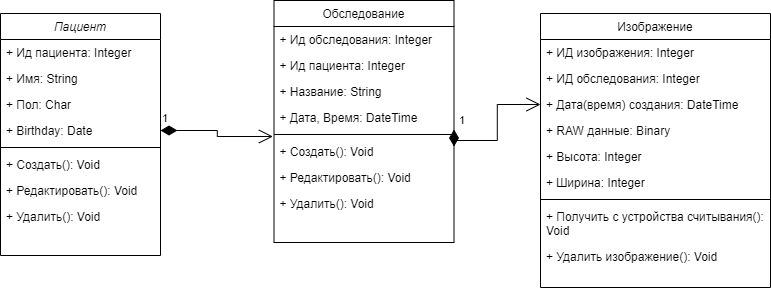
Above: class_diagram.png in doomkinn-geek/OOP_lesson1 (draw.io), before the change. Source tidied: cells renumbered, new cells last; positions are measured from the earlier drawing's top-left corner, leaving out a move shared by most shapes. Source of this version:
```xml
<mxGraphModel>
  <root>
    <mxCell id="0" />
    <mxCell id="1" parent="0" />
    <mxCell id="2" value="Пациент" style="swimlane;fontStyle=2;align=center;verticalAlign=top;horizontal=1;startSize=26;rounded=0;shadow=0;strokeWidth=1;" parent="1" vertex="1">
      <mxGeometry y="13" width="160" height="242" as="geometry" />
    </mxCell>
    <mxCell id="3" value="+ Ид пациента: Integer" style="text;align=left;verticalAlign=top;spacingLeft=4;spacingRight=4;overflow=hidden;" parent="2" vertex="1">
      <mxGeometry y="26" width="160" height="26" as="geometry" />
    </mxCell>
    <mxCell id="4" value="+ Имя: String" style="text;align=left;verticalAlign=top;spacingLeft=4;spacingRight=4;overflow=hidden;rounded=0;shadow=0;html=0;" parent="2" vertex="1">
      <mxGeometry y="52" width="160" height="26" as="geometry" />
    </mxCell>
    <mxCell id="5" value="+ Пол: Char" style="text;align=left;verticalAlign=top;spacingLeft=4;spacingRight=4;overflow=hidden;rounded=0;shadow=0;html=0;" parent="2" vertex="1">
      <mxGeometry y="78" width="160" height="26" as="geometry" />
    </mxCell>
    <mxCell id="6" value="+ Birthday: Date" style="text;align=left;verticalAlign=top;spacingLeft=4;spacingRight=4;overflow=hidden;points=[[0,0.5],[1,0.5]];portConstraint=eastwest;rounded=0;shadow=0;html=0;" parent="2" vertex="1">
      <mxGeometry y="104" width="160" height="26" as="geometry" />
    </mxCell>
    <mxCell id="7" style="line;html=1;strokeWidth=1;align=left;verticalAlign=middle;spacingTop=-1;spacingLeft=3;spacingRight=3;labelPosition=right;" parent="2" vertex="1">
      <mxGeometry y="130" width="160" height="8" as="geometry" />
    </mxCell>
    <mxCell id="8" value="+ Создать(): Void" style="text;align=left;verticalAlign=top;spacingLeft=4;spacingRight=4;overflow=hidden;points=[[0,0.5],[1,0.5]];portConstraint=eastwest;" parent="2" vertex="1">
      <mxGeometry y="138" width="160" height="26" as="geometry" />
    </mxCell>
    <mxCell id="9" value="+ Редактировать(): Void&#10;" style="text;align=left;verticalAlign=top;spacingLeft=4;spacingRight=4;overflow=hidden;" parent="2" vertex="1">
      <mxGeometry y="164" width="160" height="26" as="geometry" />
    </mxCell>
    <mxCell id="10" value="+ Удалить(): Void" style="text;align=left;verticalAlign=top;spacingLeft=4;spacingRight=4;overflow=hidden;" parent="2" vertex="1">
      <mxGeometry y="190" width="160" height="26" as="geometry" />
    </mxCell>
    <mxCell id="11" value="Обследование" style="swimlane;fontStyle=0;align=center;verticalAlign=top;horizontal=1;startSize=26;rounded=0;shadow=0;strokeWidth=1;" parent="1" vertex="1">
      <mxGeometry x="273.5" width="180" height="242" as="geometry" />
    </mxCell>
    <mxCell id="12" value="+ Ид обследования: Integer" style="text;align=left;verticalAlign=top;spacingLeft=4;spacingRight=4;overflow=hidden;" parent="11" vertex="1">
      <mxGeometry y="26" width="180" height="26" as="geometry" />
    </mxCell>
    <mxCell id="13" value="+ Ид пациента: Integer" style="text;align=left;verticalAlign=top;spacingLeft=4;spacingRight=4;overflow=hidden;rounded=0;shadow=0;html=0;" parent="11" vertex="1">
      <mxGeometry y="52" width="180" height="26" as="geometry" />
    </mxCell>
    <mxCell id="14" value="+ Название: String" style="text;align=left;verticalAlign=top;spacingLeft=4;spacingRight=4;overflow=hidden;rounded=0;shadow=0;html=0;" parent="11" vertex="1">
      <mxGeometry y="78" width="180" height="26" as="geometry" />
    </mxCell>
    <mxCell id="15" value="+ Дата, Время: DateTime" style="text;align=left;verticalAlign=top;spacingLeft=4;spacingRight=4;overflow=hidden;points=[[0,0.5],[1,0.5]];portConstraint=eastwest;rounded=0;shadow=0;html=0;" parent="11" vertex="1">
      <mxGeometry y="104" width="180" height="26" as="geometry" />
    </mxCell>
    <mxCell id="16" style="line;html=1;strokeWidth=1;align=left;verticalAlign=middle;spacingTop=-1;spacingLeft=3;spacingRight=3;labelPosition=right;" parent="11" vertex="1">
      <mxGeometry y="130" width="180" height="8" as="geometry" />
    </mxCell>
    <mxCell id="17" value="+ Создать(): Void" style="text;align=left;verticalAlign=top;spacingLeft=4;spacingRight=4;overflow=hidden;points=[[0,0.5],[1,0.5]];portConstraint=eastwest;" parent="11" vertex="1">
      <mxGeometry y="138" width="180" height="26" as="geometry" />
    </mxCell>
    <mxCell id="18" value="+ Редактировать(): Void" style="text;align=left;verticalAlign=top;spacingLeft=4;spacingRight=4;overflow=hidden;" parent="11" vertex="1">
      <mxGeometry y="164" width="180" height="26" as="geometry" />
    </mxCell>
    <mxCell id="19" value="+ Удалить(): Void" style="text;align=left;verticalAlign=top;spacingLeft=4;spacingRight=4;overflow=hidden;" parent="11" vertex="1">
      <mxGeometry y="190" width="180" height="26" as="geometry" />
    </mxCell>
    <mxCell id="20" value="1" style="endArrow=open;html=1;endSize=12;startArrow=diamondThin;startSize=14;startFill=1;edgeStyle=orthogonalEdgeStyle;align=left;verticalAlign=bottom;rounded=0;entryX=-0.006;entryY=-0.077;entryDx=0;entryDy=0;entryPerimeter=0;" parent="1" edge="1" source="6" target="17">
      <mxGeometry x="-1" y="3" relative="1" as="geometry" />
    </mxCell>
    <mxCell id="21" value="Изображение" style="swimlane;fontStyle=0;align=center;verticalAlign=top;horizontal=1;startSize=26;rounded=0;shadow=0;strokeWidth=1;" parent="1" vertex="1">
      <mxGeometry x="540" y="13" width="230" height="274" as="geometry" />
    </mxCell>
    <mxCell id="22" value="+ ИД изображения: Integer" style="text;align=left;verticalAlign=top;spacingLeft=4;spacingRight=4;overflow=hidden;rounded=0;shadow=0;html=0;" parent="21" vertex="1">
      <mxGeometry y="26" width="230" height="26" as="geometry" />
    </mxCell>
    <mxCell id="23" value="+ ИД обследования: Integer" style="text;align=left;verticalAlign=top;spacingLeft=4;spacingRight=4;overflow=hidden;rounded=0;shadow=0;html=0;" parent="21" vertex="1">
      <mxGeometry y="52" width="230" height="26" as="geometry" />
    </mxCell>
    <mxCell id="24" value="+ Дата(время) создания: DateTime" style="text;align=left;verticalAlign=top;spacingLeft=4;spacingRight=4;overflow=hidden;points=[[0,0.5],[1,0.5]];portConstraint=eastwest;rounded=0;shadow=0;html=0;" parent="21" vertex="1">
      <mxGeometry y="78" width="230" height="26" as="geometry" />
    </mxCell>
    <mxCell id="25" value="+ RAW данные: Binary" style="text;align=left;verticalAlign=top;spacingLeft=4;spacingRight=4;overflow=hidden;points=[[0,0.5],[1,0.5]];portConstraint=eastwest;rounded=0;shadow=0;html=0;" parent="21" vertex="1">
      <mxGeometry y="104" width="230" height="26" as="geometry" />
    </mxCell>
    <mxCell id="26" value="+ Высота: Integer" style="text;align=left;verticalAlign=top;spacingLeft=4;spacingRight=4;overflow=hidden;rounded=0;shadow=0;html=0;" parent="21" vertex="1">
      <mxGeometry y="130" width="230" height="26" as="geometry" />
    </mxCell>
    <mxCell id="27" value="+ Ширина: Integer" style="text;align=left;verticalAlign=top;spacingLeft=4;spacingRight=4;overflow=hidden;rounded=0;shadow=0;html=0;" parent="21" vertex="1">
      <mxGeometry y="156" width="230" height="26" as="geometry" />
    </mxCell>
    <mxCell id="28" style="line;html=1;strokeWidth=1;align=left;verticalAlign=middle;spacingTop=-1;spacingLeft=3;spacingRight=3;labelPosition=right;" parent="21" vertex="1">
      <mxGeometry y="182" width="230" height="8" as="geometry" />
    </mxCell>
    <mxCell id="29" value="+ Получить с устройства считывания():&#10;Void" style="text;align=left;verticalAlign=top;spacingLeft=4;spacingRight=4;overflow=hidden;" parent="21" vertex="1">
      <mxGeometry y="190" width="230" height="40" as="geometry" />
    </mxCell>
    <mxCell id="30" value="+ Удалить изображение(): Void" style="text;align=left;verticalAlign=top;spacingLeft=4;spacingRight=4;overflow=hidden;points=[[0,0.5],[1,0.5]];portConstraint=eastwest;" parent="21" vertex="1">
      <mxGeometry y="230" width="230" height="44" as="geometry" />
    </mxCell>
    <mxCell id="31" value="1" style="endArrow=open;html=1;endSize=12;startArrow=diamondThin;startSize=14;startFill=1;edgeStyle=orthogonalEdgeStyle;align=left;verticalAlign=bottom;rounded=0;exitX=1;exitY=0.962;exitDx=0;exitDy=0;exitPerimeter=0;entryX=0;entryY=0.5;entryDx=0;entryDy=0;" parent="1" edge="1" source="15" target="24">
      <mxGeometry x="-1" y="3" relative="1" as="geometry" />
    </mxCell>
  </root>
</mxGraphModel>
```
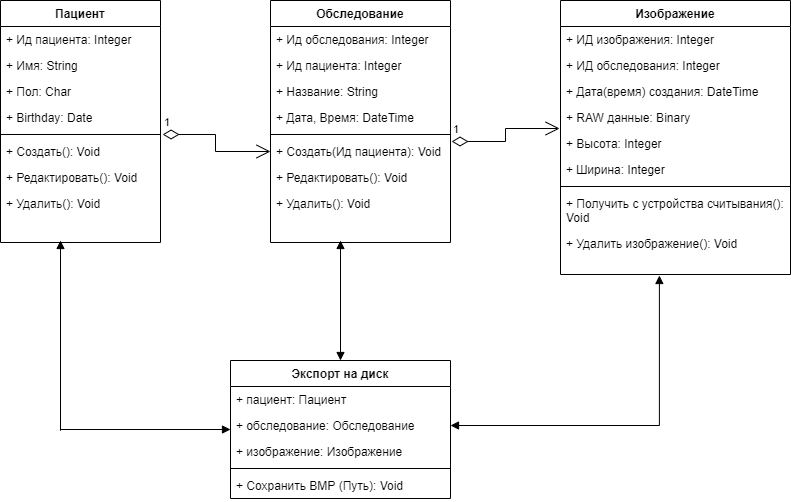
The same file after the commit.

The edit, as a diff of the source:
```diff
@@ -2,8 +2,8 @@
   <root>
     <mxCell id="0" />
     <mxCell id="1" parent="0" />
-    <mxCell id="2" value="Пациент" style="swimlane;fontStyle=2;align=center;verticalAlign=top;horizontal=1;startSize=26;rounded=0;shadow=0;strokeWidth=1;" parent="1" vertex="1">
-      <mxGeometry y="13" width="160" height="242" as="geometry" />
+    <mxCell id="2" value="Пациент" style="swimlane;fontStyle=1;align=center;verticalAlign=top;horizontal=1;startSize=26;rounded=0;shadow=0;strokeWidth=1;" parent="1" vertex="1">
+      <mxGeometry x="-30" y="3" width="160" height="242" as="geometry" />
     </mxCell>
     <mxCell id="3" value="+ Ид пациента: Integer" style="text;align=left;verticalAlign=top;spacingLeft=4;spacingRight=4;overflow=hidden;" parent="2" vertex="1">
       <mxGeometry y="26" width="160" height="26" as="geometry" />
@@ -29,8 +29,8 @@
     <mxCell id="10" value="+ Удалить(): Void" style="text;align=left;verticalAlign=top;spacingLeft=4;spacingRight=4;overflow=hidden;" parent="2" vertex="1">
       <mxGeometry y="190" width="160" height="26" as="geometry" />
     </mxCell>
-    <mxCell id="11" value="Обследование" style="swimlane;fontStyle=0;align=center;verticalAlign=top;horizontal=1;startSize=26;rounded=0;shadow=0;strokeWidth=1;" parent="1" vertex="1">
-      <mxGeometry x="273.5" width="180" height="242" as="geometry" />
+    <mxCell id="11" value="Обследование" style="swimlane;fontStyle=1;align=center;verticalAlign=top;horizontal=1;startSize=26;rounded=0;shadow=0;strokeWidth=1;" parent="1" vertex="1">
+      <mxGeometry x="240" y="3" width="180" height="242" as="geometry" />
     </mxCell>
     <mxCell id="12" value="+ Ид обследования: Integer" style="text;align=left;verticalAlign=top;spacingLeft=4;spacingRight=4;overflow=hidden;" parent="11" vertex="1">
       <mxGeometry y="26" width="180" height="26" as="geometry" />
@@ -47,7 +47,7 @@
     <mxCell id="16" style="line;html=1;strokeWidth=1;align=left;verticalAlign=middle;spacingTop=-1;spacingLeft=3;spacingRight=3;labelPosition=right;" parent="11" vertex="1">
       <mxGeometry y="130" width="180" height="8" as="geometry" />
     </mxCell>
-    <mxCell id="17" value="+ Создать(): Void" style="text;align=left;verticalAlign=top;spacingLeft=4;spacingRight=4;overflow=hidden;points=[[0,0.5],[1,0.5]];portConstraint=eastwest;" parent="11" vertex="1">
+    <mxCell id="17" value="+ Создать(Ид пациента): Void" style="text;align=left;verticalAlign=top;spacingLeft=4;spacingRight=4;overflow=hidden;points=[[0,0.5],[1,0.5]];portConstraint=eastwest;" parent="11" vertex="1">
       <mxGeometry y="138" width="180" height="26" as="geometry" />
     </mxCell>
     <mxCell id="18" value="+ Редактировать(): Void" style="text;align=left;verticalAlign=top;spacingLeft=4;spacingRight=4;overflow=hidden;" parent="11" vertex="1">
@@ -56,11 +56,8 @@
     <mxCell id="19" value="+ Удалить(): Void" style="text;align=left;verticalAlign=top;spacingLeft=4;spacingRight=4;overflow=hidden;" parent="11" vertex="1">
       <mxGeometry y="190" width="180" height="26" as="geometry" />
     </mxCell>
-    <mxCell id="20" value="1" style="endArrow=open;html=1;endSize=12;startArrow=diamondThin;startSize=14;startFill=1;edgeStyle=orthogonalEdgeStyle;align=left;verticalAlign=bottom;rounded=0;entryX=-0.006;entryY=-0.077;entryDx=0;entryDy=0;entryPerimeter=0;" parent="1" edge="1" source="6" target="17">
-      <mxGeometry x="-1" y="3" relative="1" as="geometry" />
-    </mxCell>
-    <mxCell id="21" value="Изображение" style="swimlane;fontStyle=0;align=center;verticalAlign=top;horizontal=1;startSize=26;rounded=0;shadow=0;strokeWidth=1;" parent="1" vertex="1">
-      <mxGeometry x="540" y="13" width="230" height="274" as="geometry" />
+    <mxCell id="21" value="Изображение" style="swimlane;fontStyle=1;align=center;verticalAlign=top;horizontal=1;startSize=26;rounded=0;shadow=0;strokeWidth=1;" parent="1" vertex="1">
+      <mxGeometry x="530" y="3" width="230" height="274" as="geometry" />
     </mxCell>
     <mxCell id="22" value="+ ИД изображения: Integer" style="text;align=left;verticalAlign=top;spacingLeft=4;spacingRight=4;overflow=hidden;rounded=0;shadow=0;html=0;" parent="21" vertex="1">
       <mxGeometry y="26" width="230" height="26" as="geometry" />
@@ -89,8 +86,46 @@
     <mxCell id="30" value="+ Удалить изображение(): Void" style="text;align=left;verticalAlign=top;spacingLeft=4;spacingRight=4;overflow=hidden;points=[[0,0.5],[1,0.5]];portConstraint=eastwest;" parent="21" vertex="1">
       <mxGeometry y="230" width="230" height="44" as="geometry" />
     </mxCell>
-    <mxCell id="31" value="1" style="endArrow=open;html=1;endSize=12;startArrow=diamondThin;startSize=14;startFill=1;edgeStyle=orthogonalEdgeStyle;align=left;verticalAlign=bottom;rounded=0;exitX=1;exitY=0.962;exitDx=0;exitDy=0;exitPerimeter=0;entryX=0;entryY=0.5;entryDx=0;entryDy=0;" parent="1" edge="1" source="15" target="24">
-      <mxGeometry x="-1" y="3" relative="1" as="geometry" />
-    </mxCell>
+    <mxCell id="32" value="1" style="endArrow=open;html=1;endSize=12;startArrow=diamondThin;startSize=14;startFill=0;edgeStyle=orthogonalEdgeStyle;align=left;verticalAlign=bottom;rounded=0;entryX=0;entryY=0.5;entryDx=0;entryDy=0;exitX=1.013;exitY=-0.154;exitDx=0;exitDy=0;exitPerimeter=0;" parent="1" edge="1" source="8" target="17">
+      <mxGeometry x="-1" y="3" relative="1" as="geometry" />
+    </mxCell>
+    <mxCell id="33" value="1" style="endArrow=open;html=1;endSize=12;startArrow=diamondThin;startSize=14;startFill=0;edgeStyle=orthogonalEdgeStyle;align=left;verticalAlign=bottom;rounded=0;exitX=1.006;exitY=0.115;exitDx=0;exitDy=0;exitPerimeter=0;entryX=-0.004;entryY=0.923;entryDx=0;entryDy=0;entryPerimeter=0;" parent="1" edge="1" source="17" target="25">
+      <mxGeometry x="-1" y="3" relative="1" as="geometry" />
+    </mxCell>
+    <mxCell id="34" value="Экспорт на диск" style="swimlane;fontStyle=1;align=center;verticalAlign=top;horizontal=1;startSize=26;" parent="1" vertex="1">
+      <mxGeometry x="200" y="363" width="220" height="138" as="geometry" />
+    </mxCell>
+    <mxCell id="35" value="+ пациент: Пациент&#10;" style="text;strokeColor=none;fillColor=none;align=left;verticalAlign=top;spacingLeft=4;spacingRight=4;overflow=hidden;" parent="34" vertex="1">
+      <mxGeometry y="26" width="220" height="26" as="geometry" />
+    </mxCell>
+    <mxCell id="36" value="+ обследование: Обследование" style="text;strokeColor=none;fillColor=none;align=left;verticalAlign=top;spacingLeft=4;spacingRight=4;overflow=hidden;points=[[0,0.5],[1,0.5]];portConstraint=eastwest;" parent="34" vertex="1">
+      <mxGeometry y="52" width="220" height="26" as="geometry" />
+    </mxCell>
+    <mxCell id="37" value="+ изображение: Изображение&#10;" style="text;strokeColor=none;fillColor=none;align=left;verticalAlign=top;spacingLeft=4;spacingRight=4;overflow=hidden;" parent="34" vertex="1">
+      <mxGeometry y="78" width="220" height="26" as="geometry" />
+    </mxCell>
+    <mxCell id="38" style="line;strokeWidth=1;fillColor=none;align=left;verticalAlign=middle;spacingTop=-1;spacingLeft=3;spacingRight=3;labelPosition=right;" parent="34" vertex="1">
+      <mxGeometry y="104" width="220" height="8" as="geometry" />
+    </mxCell>
+    <mxCell id="39" value="+ Сохранить BMP (Путь): Void&#10;" style="text;strokeColor=none;fillColor=none;align=left;verticalAlign=top;spacingLeft=4;spacingRight=4;overflow=hidden;" parent="34" vertex="1">
+      <mxGeometry y="112" width="220" height="26" as="geometry" />
+    </mxCell>
+    <mxCell id="40" style="endArrow=block;startArrow=block;endFill=1;startFill=1;html=1;rounded=0;edgeStyle=orthogonalEdgeStyle;" parent="1" edge="1" target="34">
+      <mxGeometry relative="1" as="geometry">
+        <mxPoint x="30" y="243" as="sourcePoint" />
+        <Array as="points">
+          <mxPoint x="30" y="433" />
+          <mxPoint x="30" y="466" />
+        </Array>
+      </mxGeometry>
+    </mxCell>
+    <mxCell id="41" style="endArrow=block;startArrow=block;endFill=1;startFill=1;html=1;rounded=0;edgeStyle=orthogonalEdgeStyle;entryX=0.5;entryY=0;entryDx=0;entryDy=0;" parent="1" edge="1" target="34">
+      <mxGeometry relative="1" as="geometry">
+        <mxPoint x="310" y="243" as="sourcePoint" />
+      </mxGeometry>
+    </mxCell>
+    <mxCell id="42" style="endArrow=block;startArrow=block;endFill=1;startFill=1;html=1;rounded=0;edgeStyle=orthogonalEdgeStyle;exitX=1;exitY=0.5;exitDx=0;exitDy=0;entryX=0.43;entryY=1.023;entryDx=0;entryDy=0;entryPerimeter=0;" parent="1" edge="1" source="36" target="30">
+      <mxGeometry relative="1" as="geometry" />
+    </mxCell>
   </root>
 </mxGraphModel>
```
